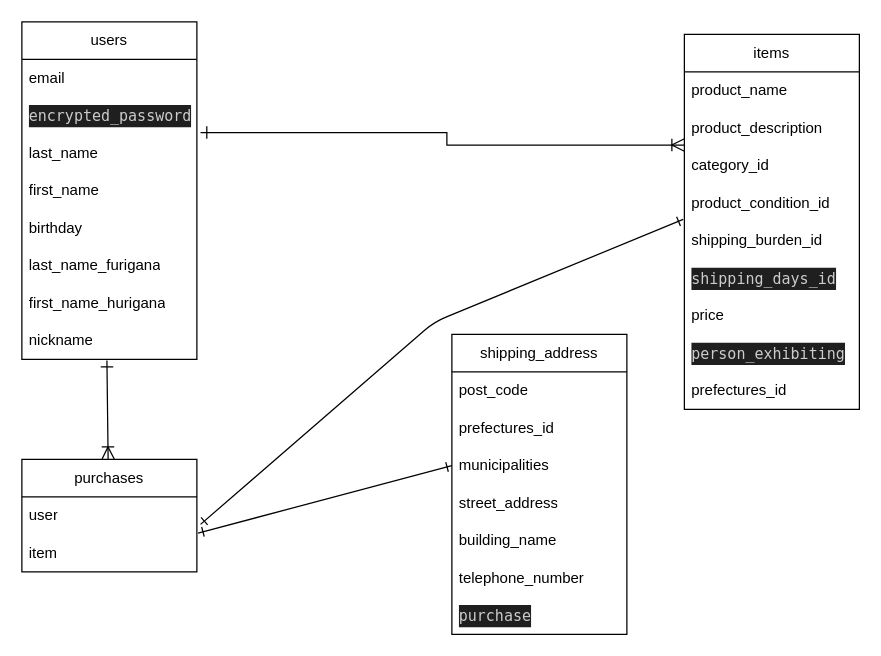
Before: app/views/test.dio in nagano19840910/furima-40222, a draw.io diagram. Source tidied: cells renumbered, new cells numbered last; positions are measured from the earlier drawing's top-left corner, leaving out a move shared by most shapes. Both pictures are drawn from the tidied source at 125%, with x=0, y=0 at pixel (21, 21).
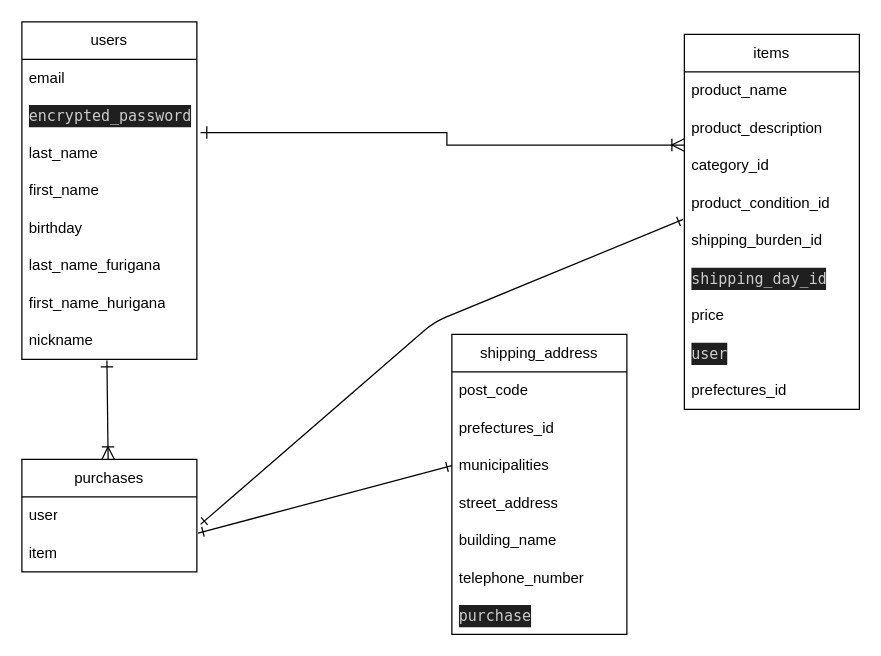
The same page after the edit.

Commit message (it also covers changes not shown here):
データベースコミット１４

Unchanged cells that the change refers to:
```xml
<mxCell id="11" value="items" style="swimlane;fontStyle=0;horizontal=1;startSize=30;whiteSpace=wrap;html=1;" parent="1" vertex="1">
  <mxGeometry x="530" y="10" width="140" height="300" as="geometry" />
</mxCell>
```

Change to the diagram source:
```diff
@@
-    <mxCell id="17" value="&lt;div style=&quot;color: rgb(204, 204, 204); background-color: rgb(31, 31, 31); font-family: Menlo, Monaco, &amp;quot;Courier New&amp;quot;, monospace; line-height: 18px;&quot;&gt;&lt;div style=&quot;line-height: 18px;&quot;&gt;&lt;div style=&quot;line-height: 18px;&quot;&gt;shipping_days_id&lt;/div&gt;&lt;/div&gt;&lt;/div&gt;" style="text;strokeColor=none;fillColor=none;align=left;verticalAlign=middle;spacingLeft=4;spacingRight=4;overflow=hidden;whiteSpace=wrap;html=1;" parent="11" vertex="1">
+    <mxCell id="17" value="&lt;div style=&quot;color: rgb(204, 204, 204); background-color: rgb(31, 31, 31); font-family: Menlo, Monaco, &amp;quot;Courier New&amp;quot;, monospace; line-height: 18px;&quot;&gt;&lt;div style=&quot;line-height: 18px;&quot;&gt;&lt;div style=&quot;line-height: 18px;&quot;&gt;shipping_day_id&lt;/div&gt;&lt;/div&gt;&lt;/div&gt;" style="text;strokeColor=none;fillColor=none;align=left;verticalAlign=middle;spacingLeft=4;spacingRight=4;overflow=hidden;whiteSpace=wrap;html=1;" parent="11" vertex="1">
       <mxGeometry y="180" width="140" height="30" as="geometry" />
     </mxCell>
@@
-    <mxCell id="19" value="&lt;div style=&quot;color: rgb(204, 204, 204); background-color: rgb(31, 31, 31); font-family: Menlo, Monaco, &amp;quot;Courier New&amp;quot;, monospace; line-height: 18px;&quot;&gt;person_exhibiting&lt;/div&gt;" style="text;strokeColor=none;fillColor=none;align=left;verticalAlign=middle;spacingLeft=4;spacingRight=4;overflow=hidden;whiteSpace=wrap;html=1;" parent="11" vertex="1">
+    <mxCell id="19" value="&lt;div style=&quot;color: rgb(204, 204, 204); background-color: rgb(31, 31, 31); font-family: Menlo, Monaco, &amp;quot;Courier New&amp;quot;, monospace; line-height: 18px;&quot;&gt;user&lt;/div&gt;" style="text;strokeColor=none;fillColor=none;align=left;verticalAlign=middle;spacingLeft=4;spacingRight=4;overflow=hidden;whiteSpace=wrap;html=1;" parent="11" vertex="1">
       <mxGeometry y="240" width="140" height="30" as="geometry" />
     </mxCell>
```
